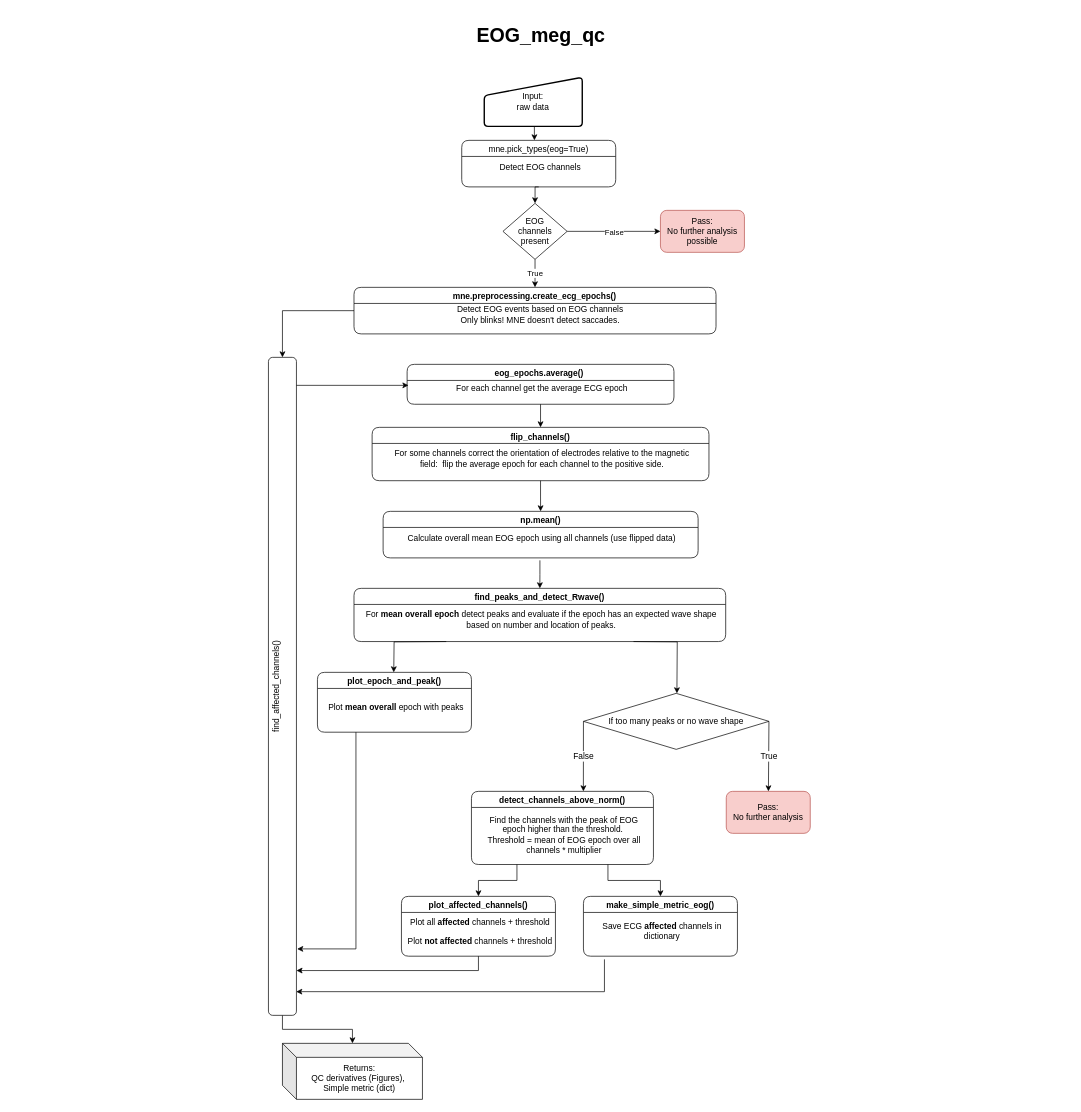
This is docs and diagrams/EOG_UML_fin.drawio from oldgandalf/MEGqcJorge, a draw.io file, before an edit. Source tidied: cells renumbered, new cells numbered last; positions are measured from the earlier drawing's top-left corner, leaving out a move shared by most shapes. Both pictures are drawn from the tidied source at 70%, with x=0, y=0 at pixel (12, 21).
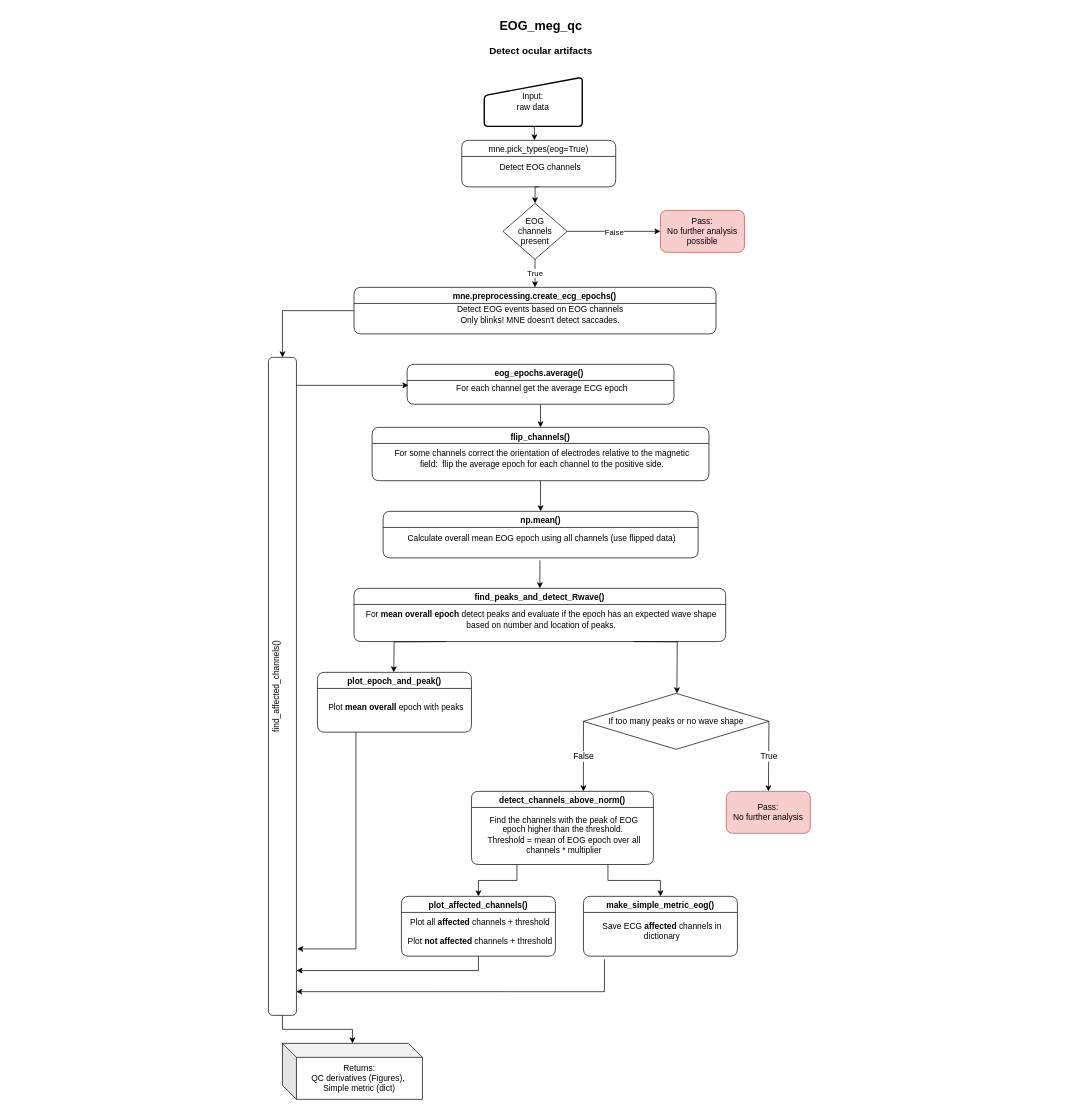
The same diagram, later.

What changed in the source:
```diff
@@
-    <mxCell id="2" value="EOG_meg_qc" style="text;strokeColor=none;fillColor=none;html=1;fontSize=28;fontStyle=1;verticalAlign=middle;align=center;" parent="1" vertex="1">
+    <mxCell id="2" value="&lt;font style=&quot;font-size: 18px;&quot;&gt;EOG_meg_qc&lt;/font&gt;&lt;br&gt;&lt;font style=&quot;font-size: 14px;&quot;&gt;Detect ocular artifacts&lt;/font&gt;" style="text;strokeColor=none;fillColor=none;html=1;fontSize=28;fontStyle=1;verticalAlign=middle;align=center;" parent="1" vertex="1">
       <mxGeometry x="-0.2" width="1510" height="40" as="geometry" />
     </mxCell>
```
